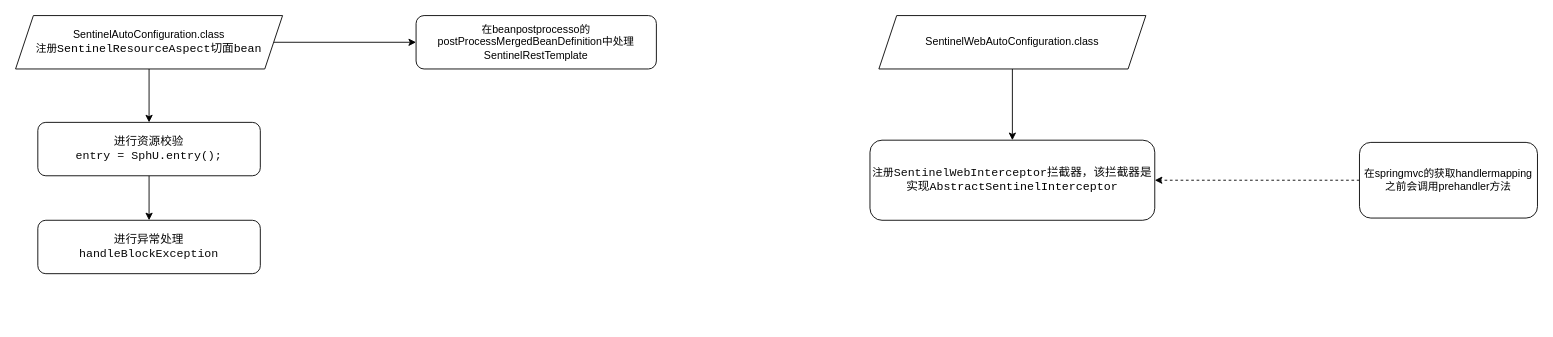
Before: src/Sentinel.drawio in ice-YuLi/drawio_rep, a draw.io diagram. Source tidied: cells renumbered, new cells numbered last; positions are measured from the earlier drawing's top-left corner, leaving out a move shared by most shapes. Both pictures are drawn from the tidied source at 89%, with x=0, y=0 at pixel (15, 15).
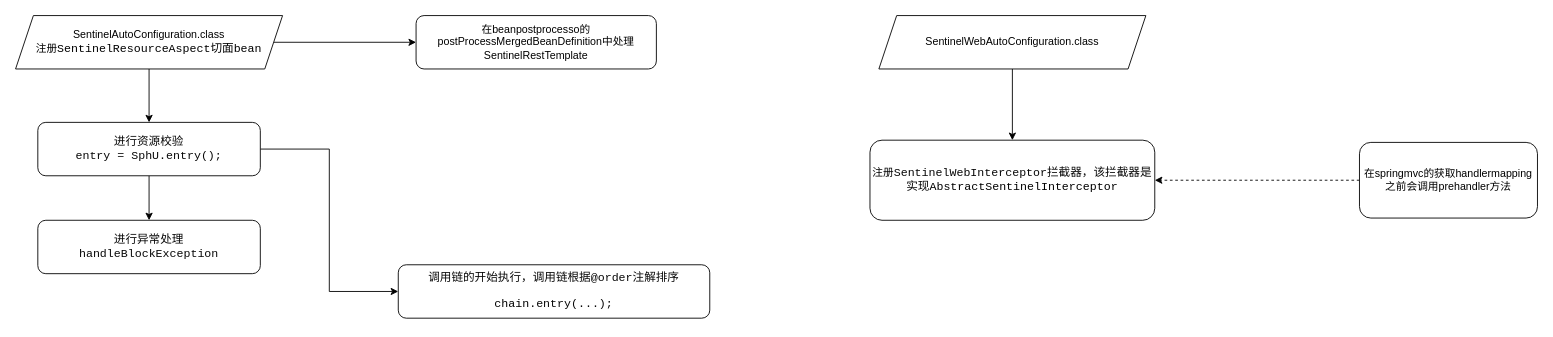
After the change.

What changed in the source:
```diff
@@
 <mxGraphModel>
   <root>
     <mxCell id="0" />
     <mxCell id="1" parent="0" />
     <mxCell id="2" style="edgeStyle=orthogonalEdgeStyle;rounded=0;jettySize=auto;html=1;exitX=0.5;exitY=1;exitDx=0;exitDy=0;" parent="1" edge="1" source="4" target="6">
       <mxGeometry relative="1" as="geometry" />
     </mxCell>
     <mxCell id="3" style="edgeStyle=orthogonalEdgeStyle;rounded=0;jettySize=auto;html=1;exitX=1;exitY=0.5;exitDx=0;exitDy=0;" parent="1" edge="1" source="4" target="8">
       <mxGeometry relative="1" as="geometry" />
     </mxCell>
     <mxCell id="4" value="SentinelAutoConfiguration.class&lt;br&gt;注册&lt;span style=&quot;background-color: rgb(255 , 255 , 255) ; font-family: &amp;#34;jetbrains mono&amp;#34; , monospace ; font-size: 9.8pt&quot;&gt;SentinelResourceAspect切面bean&lt;/span&gt;" style="shape=parallelogram;perimeter=parallelogramPerimeter;whiteSpace=wrap;html=1;fixedSize=1;" parent="1" vertex="1">
       <mxGeometry width="300" height="60" as="geometry" />
     </mxCell>
     <mxCell id="5" style="edgeStyle=orthogonalEdgeStyle;rounded=0;jettySize=auto;html=1;exitX=0.5;exitY=1;exitDx=0;exitDy=0;" parent="1" edge="1" source="6" target="7">
       <mxGeometry relative="1" as="geometry" />
     </mxCell>
+    <mxCell id="14" style="edgeStyle=orthogonalEdgeStyle;rounded=0;jettySize=auto;html=1;exitX=1;exitY=0.5;exitDx=0;exitDy=0;entryX=0;entryY=0.5;entryDx=0;entryDy=0;" parent="1" edge="1" source="6" target="15">
+      <mxGeometry relative="1" as="geometry" />
+    </mxCell>
     <mxCell id="6" value="&lt;pre style=&quot;background-color: rgb(255 , 255 , 255)&quot;&gt;&lt;font color=&quot;#080808&quot; face=&quot;jetbrains mono, monospace&quot;&gt;&lt;span style=&quot;font-size: 13.0667px&quot;&gt;进行资源校验&lt;br/&gt;entry = SphU.entry();&lt;/span&gt;&lt;/font&gt;&lt;font face=&quot;jetbrains mono, monospace&quot;&gt;&lt;span style=&quot;font-size: 9.8pt&quot;&gt;&lt;br&gt;&lt;/span&gt;&lt;/font&gt;&lt;/pre&gt;" style="rounded=1;whiteSpace=wrap;html=1;" parent="1" vertex="1">
       <mxGeometry x="25" y="120" width="250" height="60" as="geometry" />
     </mxCell>
     <mxCell id="7" value="&lt;pre style=&quot;background-color: rgb(255 , 255 , 255)&quot;&gt;&lt;pre&gt;&lt;font color=&quot;#080808&quot; face=&quot;jetbrains mono, monospace&quot;&gt;&lt;span style=&quot;font-size: 13.0667px&quot;&gt;进行异常处理&lt;br/&gt;handleBlockException&lt;/span&gt;&lt;/font&gt;&lt;br&gt;&lt;/pre&gt;&lt;/pre&gt;" style="rounded=1;whiteSpace=wrap;html=1;" parent="1" vertex="1">
       <mxGeometry x="25" y="230" width="250" height="60" as="geometry" />
     </mxCell>
     <mxCell id="8" value="在beanpostprocesso的postProcessMergedBeanDefinition中处理SentinelRestTemplate" style="rounded=1;whiteSpace=wrap;html=1;" parent="1" vertex="1">
       <mxGeometry x="450" width="270" height="60" as="geometry" />
     </mxCell>
     <mxCell id="9" style="edgeStyle=orthogonalEdgeStyle;rounded=0;jettySize=auto;html=1;exitX=0.5;exitY=1;exitDx=0;exitDy=0;" parent="1" edge="1" source="10" target="11">
       <mxGeometry relative="1" as="geometry" />
     </mxCell>
     <mxCell id="10" value="SentinelWebAutoConfiguration.class" style="shape=parallelogram;perimeter=parallelogramPerimeter;whiteSpace=wrap;html=1;fixedSize=1;" parent="1" vertex="1">
       <mxGeometry x="970" width="300" height="60" as="geometry" />
     </mxCell>
     <mxCell id="11" value="注册&lt;span style=&quot;background-color: rgb(255 , 255 , 255) ; color: rgb(8 , 8 , 8) ; font-family: &amp;#34;jetbrains mono&amp;#34; , monospace ; font-size: 9.8pt&quot;&gt;SentinelWebInterceptor拦截器，该拦截器是实现&lt;/span&gt;&lt;span style=&quot;background-color: rgb(255 , 255 , 255) ; font-family: &amp;#34;jetbrains mono&amp;#34; , monospace ; font-size: 9.8pt&quot;&gt;AbstractSentinelInterceptor&lt;/span&gt;" style="rounded=1;whiteSpace=wrap;html=1;" parent="1" vertex="1">
       <mxGeometry x="960" y="140" width="320" height="90" as="geometry" />
     </mxCell>
     <mxCell id="12" style="edgeStyle=orthogonalEdgeStyle;rounded=0;jettySize=auto;html=1;exitX=0;exitY=0.5;exitDx=0;exitDy=0;entryX=1;entryY=0.5;entryDx=0;entryDy=0;dashed=1;" parent="1" edge="1" source="13" target="11">
       <mxGeometry relative="1" as="geometry" />
     </mxCell>
     <mxCell id="13" value="在springmvc的获取handlermapping之前会调用prehandler方法" style="rounded=1;whiteSpace=wrap;html=1;" parent="1" vertex="1">
       <mxGeometry x="1510" y="142.5" width="200" height="85" as="geometry" />
     </mxCell>
+    <mxCell id="15" value="&lt;pre style=&quot;background-color: rgb(255 , 255 , 255)&quot;&gt;&lt;font face=&quot;jetbrains mono, monospace&quot; color=&quot;#080808&quot; style=&quot;font-size: 13.0667px&quot;&gt;调用链的开始执行，调用链根据@order注解排序&lt;/font&gt;&lt;/pre&gt;&lt;pre style=&quot;background-color: rgb(255 , 255 , 255)&quot;&gt;&lt;pre style=&quot;color: rgb(8 , 8 , 8) ; font-family: &amp;#34;jetbrains mono&amp;#34; , monospace ; font-size: 9.8pt&quot;&gt;&lt;span style=&quot;color: #000000&quot;&gt;chain&lt;/span&gt;.entry(...);&lt;/pre&gt;&lt;/pre&gt;" style="rounded=1;whiteSpace=wrap;html=1;" parent="1" vertex="1">
+      <mxGeometry x="430" y="280" width="350" height="60" as="geometry" />
+    </mxCell>
   </root>
 </mxGraphModel>
```
